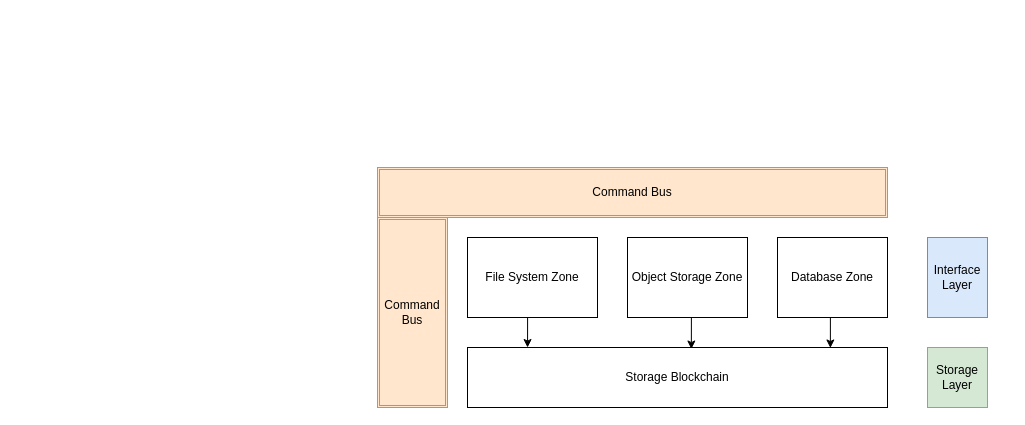
Above: draw.io/世界计算机.drawio in Peiiii/notes (draw.io), before the change. Source tidied: cells renumbered, new cells numbered last; positions are measured from the earlier drawing's top-left corner, leaving out a move shared by most shapes. Both pictures are drawn from the tidied source at 100%, with x=0, y=0 at pixel (377, 167).
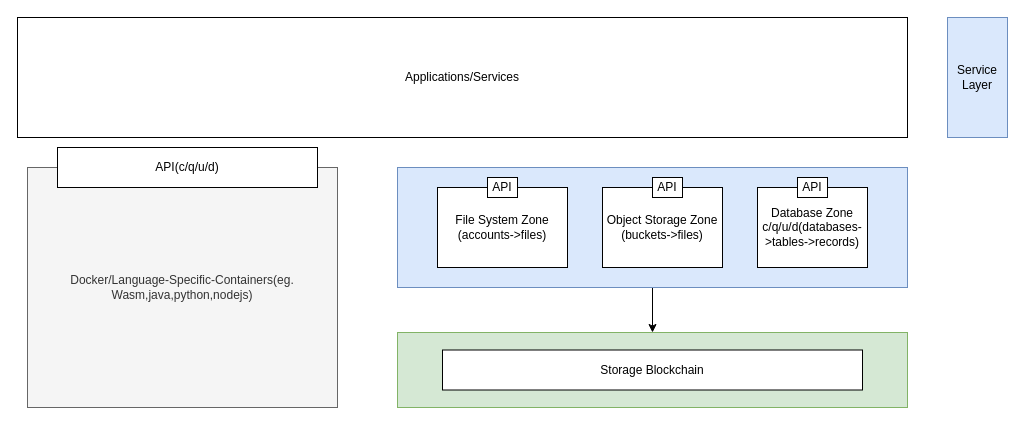
The same page after the edit.

Commit message:
更新世界计算机.drawio

What changed in the source:
```diff
@@
+    <mxCell id="13" style="edgeStyle=orthogonalEdgeStyle;rounded=0;jettySize=auto;html=1;exitX=0.5;exitY=1;exitDx=0;exitDy=0;entryX=0.5;entryY=0;entryDx=0;entryDy=0;" parent="1" edge="1" source="20" target="28">
+      <mxGeometry relative="1" as="geometry" />
+    </mxCell>
+    <mxCell id="14" value="Service Layer" style="rounded=0;whiteSpace=wrap;html=1;fillColor=#dae8fc;strokeColor=#6c8ebf;" parent="1" vertex="1">
+      <mxGeometry x="570" y="-150" width="60" height="120" as="geometry" />
+    </mxCell>
+    <mxCell id="15" value="Applications/Services" style="rounded=0;whiteSpace=wrap;html=1;" parent="1" vertex="1">
+      <mxGeometry x="-360" y="-150" width="890" height="120" as="geometry" />
+    </mxCell>
+    <mxCell id="16" style="group;" parent="1" vertex="1">
+      <mxGeometry x="-350" y="-20" width="310" height="260" as="geometry" />
+    </mxCell>
+    <mxCell id="17" value="Docker/Language-Specific-Containers(eg. Wasm,java,python,nodejs)" style="rounded=0;whiteSpace=wrap;html=1;fillColor=#f5f5f5;fontColor=#333333;strokeColor=#666666;" parent="16" vertex="1">
+      <mxGeometry y="20" width="310" height="240" as="geometry" />
+    </mxCell>
+    <mxCell id="18" value="API(c/q/u/d)" style="rounded=0;whiteSpace=wrap;html=1;" parent="16" vertex="1">
+      <mxGeometry x="30" width="260" height="40" as="geometry" />
+    </mxCell>
+    <mxCell id="19" style="group;" parent="1" vertex="1">
+      <mxGeometry x="20" width="510" height="120" as="geometry" />
+    </mxCell>
+    <mxCell id="20" style="rounded=0;whiteSpace=wrap;html=1;fillColor=#dae8fc;strokeColor=#6c8ebf;" parent="19" vertex="1">
+      <mxGeometry width="510" height="120" as="geometry" />
+    </mxCell>
+    <mxCell id="21" style="group;" parent="19" vertex="1">
+      <mxGeometry x="40" y="10" width="130" height="90" as="geometry" />
+    </mxCell>
+    <mxCell id="4" value="File System Zone&lt;br&gt;(accounts-&amp;gt;files)" style="rounded=0;whiteSpace=wrap;html=1;" parent="21" vertex="1">
+      <mxGeometry y="10" width="130" height="80" as="geometry" />
+    </mxCell>
+    <mxCell id="22" value="API" style="rounded=0;whiteSpace=wrap;html=1;" parent="21" vertex="1">
+      <mxGeometry x="50" width="30" height="20" as="geometry" />
+    </mxCell>
+    <mxCell id="23" style="group;" parent="19" vertex="1">
+      <mxGeometry x="205" y="10" width="120" height="90" as="geometry" />
+    </mxCell>
+    <mxCell id="6" value="Object Storage Zone&lt;br&gt;(buckets-&amp;gt;files)" style="rounded=0;whiteSpace=wrap;html=1;" parent="23" vertex="1">
+      <mxGeometry y="10" width="120" height="80" as="geometry" />
+    </mxCell>
+    <mxCell id="24" value="API" style="rounded=0;whiteSpace=wrap;html=1;" parent="23" vertex="1">
+      <mxGeometry x="50" width="30" height="20" as="geometry" />
+    </mxCell>
+    <mxCell id="25" style="group;" parent="19" vertex="1">
+      <mxGeometry x="360" y="10" width="110" height="90" as="geometry" />
+    </mxCell>
+    <mxCell id="8" value="Database Zone&lt;br&gt;c/q/u/d(databases-&amp;gt;tables-&amp;gt;records)" style="rounded=0;whiteSpace=wrap;html=1;" parent="25" vertex="1">
+      <mxGeometry y="10" width="110" height="80" as="geometry" />
+    </mxCell>
+    <mxCell id="26" value="API" style="rounded=0;whiteSpace=wrap;html=1;" parent="25" vertex="1">
+      <mxGeometry x="40" width="30" height="20" as="geometry" />
+    </mxCell>
+    <mxCell id="27" style="group;" parent="1" vertex="1">
+      <mxGeometry x="20" y="165" width="510" height="75" as="geometry" />
+    </mxCell>
+    <mxCell id="28" style="rounded=0;whiteSpace=wrap;html=1;fillColor=#d5e8d4;strokeColor=#82b366;" parent="27" vertex="1">
+      <mxGeometry width="510" height="75" as="geometry" />
+    </mxCell>
-    <mxCell id="2" value="Storage Blockchain" style="rounded=0;whiteSpace=wrap;html=1;" parent="1" vertex="1">
-      <mxGeometry x="90" y="180" width="420" height="60" as="geometry" />
+    <mxCell id="2" value="Storage Blockchain" style="rounded=0;whiteSpace=wrap;html=1;" parent="27" vertex="1">
+      <mxGeometry x="45" y="17.5" width="420" height="40" as="geometry" />
     </mxCell>
-    <mxCell id="3" style="edgeStyle=orthogonalEdgeStyle;rounded=0;jettySize=auto;html=1;exitX=0.5;exitY=1;exitDx=0;exitDy=0;entryX=0.143;entryY=0;entryDx=0;entryDy=0;entryPerimeter=0;" parent="1" edge="1" source="4" target="2">
-      <mxGeometry relative="1" as="geometry" />
-    </mxCell>
-    <mxCell id="4" value="File System Zone" style="rounded=0;whiteSpace=wrap;html=1;" parent="1" vertex="1">
-      <mxGeometry x="90" y="70" width="130" height="80" as="geometry" />
-    </mxCell>
-    <mxCell id="5" style="edgeStyle=orthogonalEdgeStyle;rounded=0;jettySize=auto;html=1;exitX=0.5;exitY=1;exitDx=0;exitDy=0;entryX=0.533;entryY=0.025;entryDx=0;entryDy=0;entryPerimeter=0;" parent="1" edge="1" source="6" target="2">
-      <mxGeometry relative="1" as="geometry" />
-    </mxCell>
-    <mxCell id="6" value="Object Storage Zone" style="rounded=0;whiteSpace=wrap;html=1;" parent="1" vertex="1">
-      <mxGeometry x="250" y="70" width="120" height="80" as="geometry" />
-    </mxCell>
-    <mxCell id="7" style="edgeStyle=orthogonalEdgeStyle;rounded=0;jettySize=auto;html=1;exitX=0.5;exitY=1;exitDx=0;exitDy=0;entryX=0.864;entryY=0.008;entryDx=0;entryDy=0;entryPerimeter=0;" parent="1" edge="1" source="8" target="2">
-      <mxGeometry relative="1" as="geometry" />
-    </mxCell>
-    <mxCell id="8" value="Database Zone&lt;br&gt;" style="rounded=0;whiteSpace=wrap;html=1;" parent="1" vertex="1">
-      <mxGeometry x="400" y="70" width="110" height="80" as="geometry" />
-    </mxCell>
-    <mxCell id="9" value="Interface Layer" style="rounded=0;whiteSpace=wrap;html=1;fillColor=#dae8fc;strokeColor=#6c8ebf;" parent="1" vertex="1">
-      <mxGeometry x="550" y="70" width="60" height="80" as="geometry" />
-    </mxCell>
-    <mxCell id="10" value="Storage Layer" style="rounded=0;whiteSpace=wrap;html=1;fillColor=#d5e8d4;strokeColor=#82b366;" parent="1" vertex="1">
-      <mxGeometry x="550" y="180" width="60" height="60" as="geometry" />
-    </mxCell>
-    <mxCell id="11" value="Command Bus" style="shape=ext;double=1;rounded=0;whiteSpace=wrap;html=1;fillColor=#ffe6cc;strokeColor=#d79b00;" parent="1" vertex="1">
-      <mxGeometry y="50" width="70" height="190" as="geometry" />
-    </mxCell>
-    <mxCell id="12" value="Command Bus" style="shape=ext;double=1;rounded=0;whiteSpace=wrap;html=1;fillColor=#ffe6cc;strokeColor=#d79b00;" parent="1" vertex="1">
-      <mxGeometry width="510" height="50" as="geometry" />
-    </mxCell>
```
